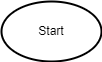
The draw.io diagram Block_shema Example1.png in DudinIO86/Example1_massive_naoborot_CSh, before a commit. Source tidied: cells renumbered, new cells last; positions are measured from the earlier drawing's top-left corner, leaving out a move shared by most shapes. Its diagram source:
```xml
<mxGraphModel>
  <root>
    <mxCell id="0" />
    <mxCell id="1" parent="0" />
    <mxCell id="2" value="Start" style="strokeWidth=2;html=1;shape=mxgraph.flowchart.start_1;whiteSpace=wrap;" parent="1" vertex="1">
      <mxGeometry width="100" height="60" as="geometry" />
    </mxCell>
  </root>
</mxGraphModel>
```
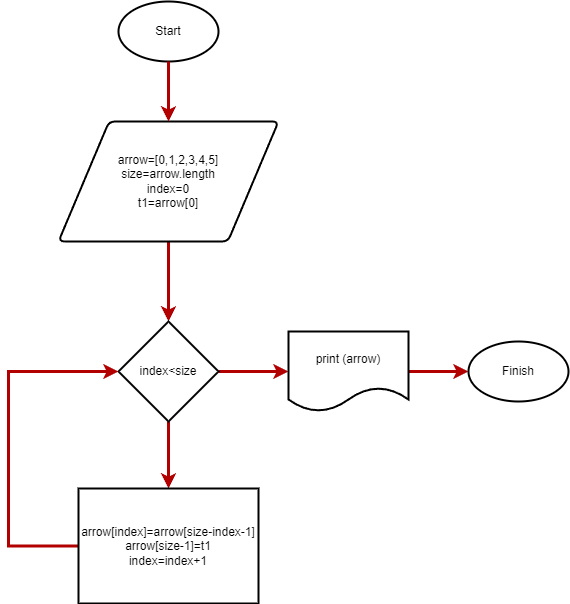
The same diagram one commit later.

The edit, as a diff of the source:
```diff
@@ -1,9 +1,49 @@
-<mxGraphModel>
+<mxGraphModel background="#ffffff">
   <root>
     <mxCell id="0" />
     <mxCell id="1" parent="0" />
     <mxCell id="2" value="Start" style="strokeWidth=2;html=1;shape=mxgraph.flowchart.start_1;whiteSpace=wrap;" parent="1" vertex="1">
       <mxGeometry width="100" height="60" as="geometry" />
     </mxCell>
+    <mxCell id="3" style="edgeStyle=orthogonalEdgeStyle;rounded=0;jettySize=auto;html=1;exitX=0.5;exitY=1;exitDx=0;exitDy=0;fillColor=#e51400;strokeColor=#B20000;strokeWidth=3;" parent="1" edge="1" source="4">
+      <mxGeometry relative="1" as="geometry">
+        <mxPoint x="50" y="320" as="targetPoint" />
+      </mxGeometry>
+    </mxCell>
+    <mxCell id="4" value="arrow=[0,1,2,3,4,5]&lt;br&gt;size=arrow.length&lt;br&gt;index=0&lt;br&gt;t1=arrow[0]" style="shape=parallelogram;html=1;strokeWidth=2;perimeter=parallelogramPerimeter;whiteSpace=wrap;rounded=1;arcSize=12;size=0.23;" parent="1" vertex="1">
+      <mxGeometry x="-60" y="120" width="220" height="120" as="geometry" />
+    </mxCell>
+    <mxCell id="5" style="endArrow=classic;html=1;rounded=0;exitX=0.5;exitY=1;exitDx=0;exitDy=0;exitPerimeter=0;fillColor=#e51400;strokeColor=#B20000;strokeWidth=3;" parent="1" edge="1" source="2" target="4">
+      <mxGeometry relative="1" as="geometry" />
+    </mxCell>
+    <mxCell id="6" style="edgeStyle=orthogonalEdgeStyle;rounded=0;jettySize=auto;html=1;fillColor=#e51400;strokeColor=#B20000;strokeWidth=3;" parent="1" edge="1" source="8" target="10">
+      <mxGeometry relative="1" as="geometry" />
+    </mxCell>
+    <mxCell id="7" style="edgeStyle=orthogonalEdgeStyle;rounded=0;jettySize=auto;html=1;fillColor=#e51400;strokeColor=#B20000;strokeWidth=3;" parent="1" edge="1" source="8" target="12">
+      <mxGeometry relative="1" as="geometry" />
+    </mxCell>
+    <mxCell id="8" value="index&amp;lt;size" style="strokeWidth=2;html=1;shape=mxgraph.flowchart.decision;whiteSpace=wrap;" parent="1" vertex="1">
+      <mxGeometry y="320" width="100" height="100" as="geometry" />
+    </mxCell>
+    <mxCell id="9" style="edgeStyle=orthogonalEdgeStyle;rounded=0;jettySize=auto;html=1;entryX=0;entryY=0.5;entryDx=0;entryDy=0;entryPerimeter=0;fillColor=#e51400;strokeColor=#B20000;strokeWidth=3;" parent="1" edge="1" source="10" target="8">
+      <mxGeometry relative="1" as="geometry">
+        <Array as="points">
+          <mxPoint x="-110" y="545" />
+          <mxPoint x="-110" y="370" />
+        </Array>
+      </mxGeometry>
+    </mxCell>
+    <mxCell id="10" value="arrow[index]=arrow[size-index-1]&lt;br&gt;arrow[size-1]=t1&lt;br&gt;index=index+1" style="whiteSpace=wrap;html=1;strokeWidth=2;" parent="1" vertex="1">
+      <mxGeometry x="-40" y="487" width="180" height="115" as="geometry" />
+    </mxCell>
+    <mxCell id="11" style="edgeStyle=orthogonalEdgeStyle;rounded=0;jettySize=auto;html=1;exitX=1;exitY=0.5;exitDx=0;exitDy=0;fillColor=#e51400;strokeColor=#B20000;strokeWidth=3;" parent="1" edge="1" source="12" target="13">
+      <mxGeometry relative="1" as="geometry" />
+    </mxCell>
+    <mxCell id="12" value="print (arrow)" style="shape=document;whiteSpace=wrap;html=1;boundedLbl=1;strokeWidth=2;" parent="1" vertex="1">
+      <mxGeometry x="170" y="330" width="120" height="80" as="geometry" />
+    </mxCell>
+    <mxCell id="13" value="Finish" style="strokeWidth=2;html=1;shape=mxgraph.flowchart.start_1;whiteSpace=wrap;" parent="1" vertex="1">
+      <mxGeometry x="350" y="340" width="100" height="60" as="geometry" />
+    </mxCell>
   </root>
 </mxGraphModel>
```
